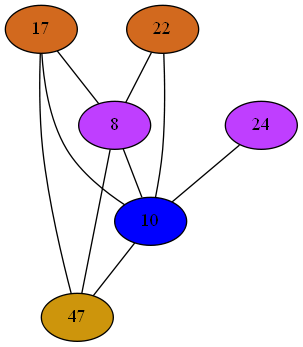
Above: Compiler/23iGraph.png in mbajaj92/Project-Astoria (Graphviz), before the change. Its source is kept beside it as Compiler/23iGraph.dot.
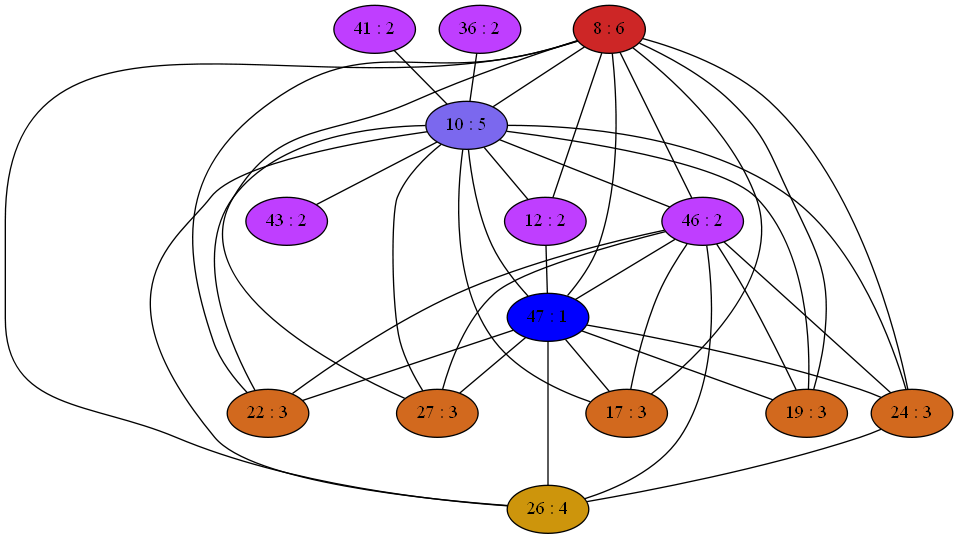
Above is the later version.

Diff of the diagram source:
```diff
@@ -1,26 +1,90 @@
 strict graph {
-17[label="17" style=filled fillcolor="chocolate"];
+36[label="36 : 2" style=filled fillcolor="darkorchid1"];
+36 -- 10
+8[label="8 : 6" style=filled fillcolor="firebrick3"];
+8 -- 17
+8 -- 19
+8 -- 22
+8 -- 24
+8 -- 26
+8 -- 10
+8 -- 27
+8 -- 12
+8 -- 46
+8 -- 47
+41[label="41 : 2" style=filled fillcolor="darkorchid1"];
+41 -- 10
+10[label="10 : 5" style=filled fillcolor="mediumslateblue"];
+10 -- 36
+10 -- 8
+10 -- 41
+10 -- 43
+10 -- 12
+10 -- 46
+10 -- 47
+10 -- 17
+10 -- 19
+10 -- 22
+10 -- 24
+10 -- 26
+10 -- 27
+43[label="43 : 2" style=filled fillcolor="darkorchid1"];
+43 -- 10
+12[label="12 : 2" style=filled fillcolor="darkorchid1"];
+12 -- 8
+12 -- 10
+12 -- 47
+46[label="46 : 2" style=filled fillcolor="darkorchid1"];
+46 -- 17
+46 -- 19
+46 -- 22
+46 -- 24
+46 -- 8
+46 -- 10
+46 -- 26
+46 -- 27
+46 -- 47
+47[label="47 : 1" style=filled fillcolor="blue1"];
+47 -- 17
+47 -- 19
+47 -- 22
+47 -- 24
+47 -- 8
+47 -- 26
+47 -- 10
+47 -- 27
+47 -- 12
+47 -- 46
+17[label="17 : 3" style=filled fillcolor="chocolate"];
 17 -- 8
 17 -- 10
+17 -- 46
 17 -- 47
-22[label="22" style=filled fillcolor="chocolate"];
+19[label="19 : 3" style=filled fillcolor="chocolate"];
+19 -- 8
+19 -- 10
+19 -- 46
+19 -- 47
+22[label="22 : 3" style=filled fillcolor="chocolate"];
 22 -- 8
 22 -- 10
-24[label="24" style=filled fillcolor="darkorchid1"];
+22 -- 46
+22 -- 47
+24[label="24 : 3" style=filled fillcolor="chocolate"];
+24 -- 8
+24 -- 26
 24 -- 10
-8[label="8" style=filled fillcolor="darkorchid1"];
-8 -- 17
-8 -- 22
-8 -- 10
-8 -- 47
-10[label="10" style=filled fillcolor="blue1"];
-10 -- 17
-10 -- 22
-10 -- 24
-10 -- 8
-10 -- 47
-47[label="47" style=filled fillcolor="darkgoldenrod3"];
-47 -- 17
-47 -- 8
-47 -- 10
+24 -- 46
+24 -- 47
+26[label="26 : 4" style=filled fillcolor="darkgoldenrod3"];
+26 -- 8
+26 -- 24
+26 -- 10
+26 -- 46
+26 -- 47
+27[label="27 : 3" style=filled fillcolor="chocolate"];
+27 -- 8
+27 -- 10
+27 -- 46
+27 -- 47
 }
```
